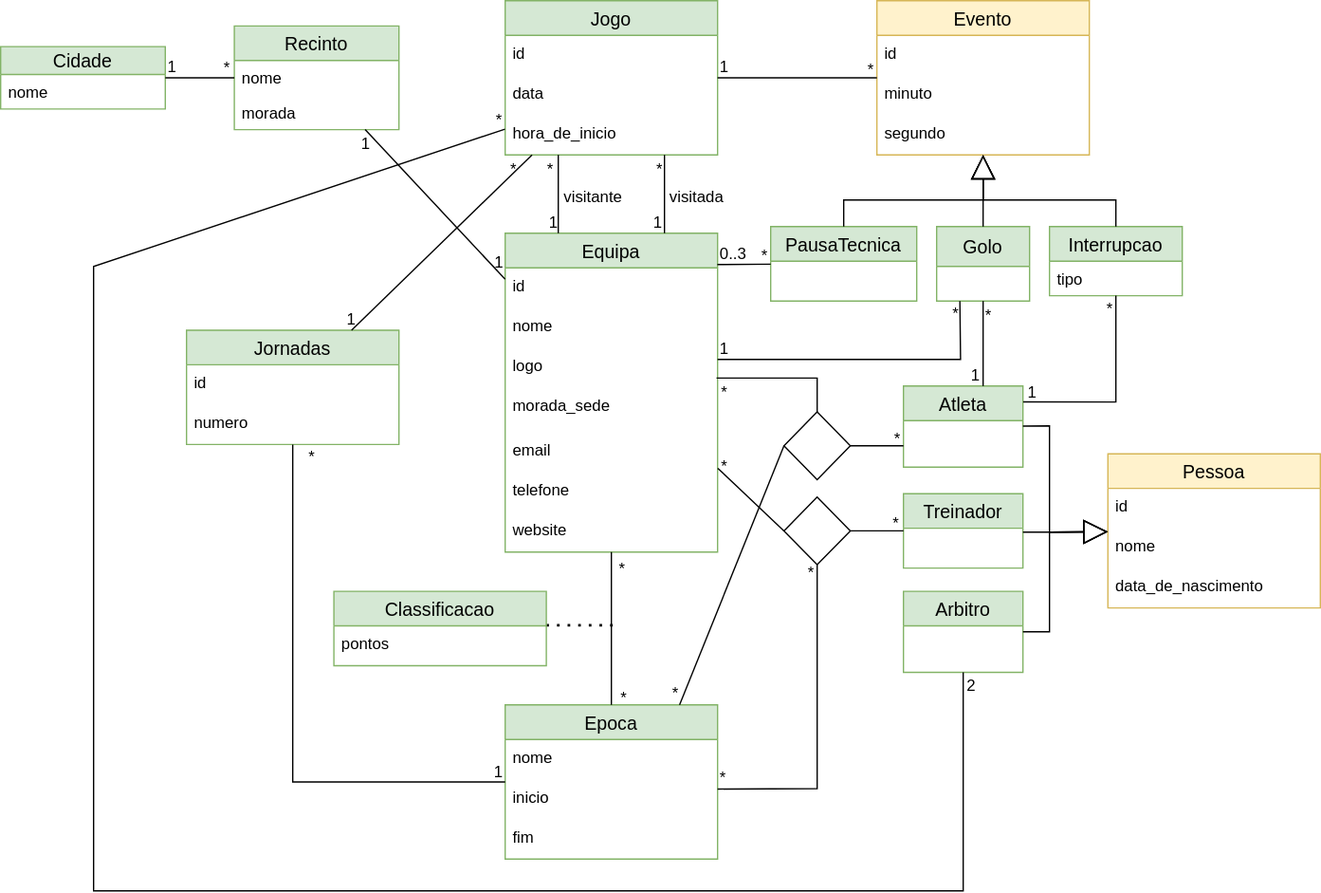
Before: Andebol_UML.svg, a diagram exported from draw.io (thePeras/BD_Handball_Database). Source tidied: cells renumbered, new cells last; positions are measured from the earlier drawing's top-left corner, leaving out a move shared by most shapes.
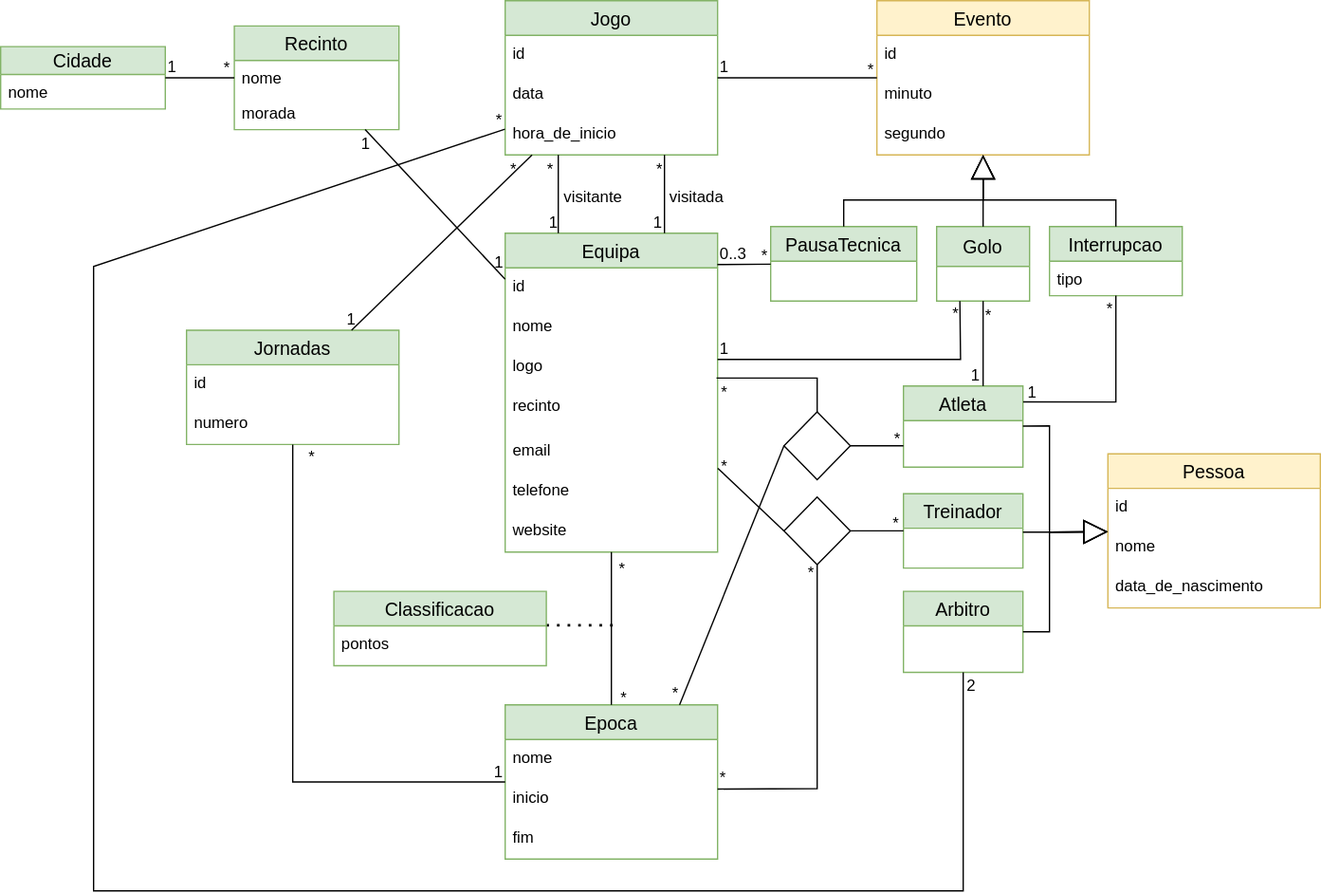
The same diagram one commit later.

What changed in the source:
```diff
@@ -101,7 +101,7 @@
     <mxCell id="34" value="logo" style="text;strokeColor=none;fillColor=none;spacingLeft=4;spacingRight=4;overflow=hidden;points=[[0,0.5],[1,0.5]];portConstraint=eastwest;fontSize=12;" parent="31" vertex="1">
       <mxGeometry y="86" width="160" height="30" as="geometry" />
     </mxCell>
-    <mxCell id="35" value="morada_sede" style="text;strokeColor=none;fillColor=none;spacingLeft=4;spacingRight=4;overflow=hidden;fontSize=12;" parent="31" vertex="1">
+    <mxCell id="35" value="recinto" style="text;strokeColor=none;fillColor=none;spacingLeft=4;spacingRight=4;overflow=hidden;fontSize=12;" parent="31" vertex="1">
       <mxGeometry y="116" width="160" height="34" as="geometry" />
     </mxCell>
     <mxCell id="36" value="email" style="text;strokeColor=none;fillColor=none;spacingLeft=4;spacingRight=4;overflow=hidden;points=[[0,0.5],[1,0.5]];portConstraint=eastwest;fontSize=12;" parent="31" vertex="1">
```
